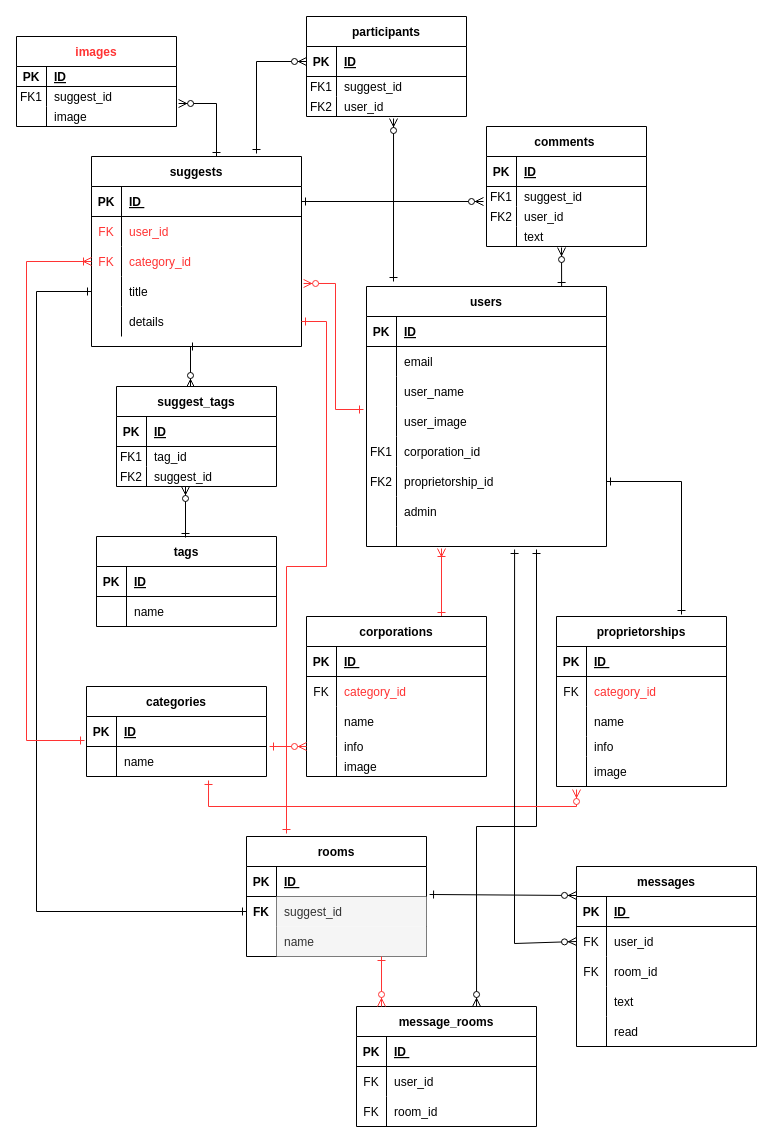
Above: page "ページ2" (1 of 3) of Untitled Diagram.drawio in Sec-il-n/dic_guraduate_parts (draw.io), before the change. Source tidied: cells renumbered, new cells numbered last; positions are measured from the earlier drawing's top-left corner, leaving out a move shared by most shapes. Both pictures are drawn from the tidied source at 100%, with x=0, y=0 at pixel (16, 16).
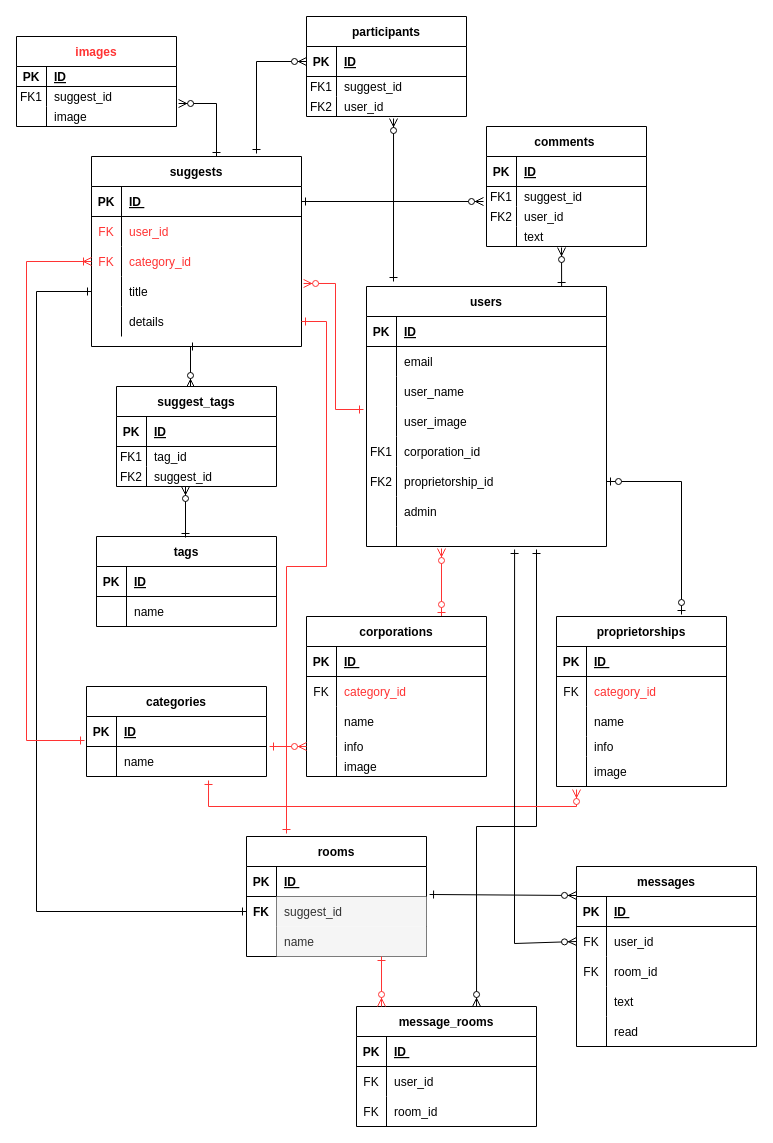
The same page after the edit.

Unchanged cells that the change refers to:
```xml
<mxCell id="25" style="shape=partialRectangle;fillColor=none;points=[[0,0.5],[1,0.5]];portConstraint=eastwest;top=0;left=0;right=0;bottom=0;" parent="9" vertex="1">
  <mxGeometry y="180" width="240" height="30" as="geometry" />
</mxCell>
<mxCell id="62" value="corporations" style="shape=table;startSize=30;childLayout=tableLayout;rowLines=0;fontStyle=1;align=center;" parent="1" vertex="1">
  <mxGeometry x="290" y="600" width="180" height="160" as="geometry" />
</mxCell>
```

The edit, as a diff of the source:
```diff
@@
-    <mxCell id="61" style="edgeStyle=none;rounded=0;jettySize=auto;html=1;exitX=0.75;exitY=0;exitDx=0;exitDy=0;startArrow=ERone;startFill=0;endArrow=ERoneToMany;endFill=0;strokeColor=#FF3333;" parent="1" edge="1" source="62">
+    <mxCell id="61" style="edgeStyle=none;rounded=0;jettySize=auto;html=1;exitX=0.75;exitY=0;exitDx=0;exitDy=0;startArrow=ERzeroToOne;startFill=1;endArrow=ERzeroToMany;endFill=1;strokeColor=#FF3333;" parent="1" edge="1" source="62">
       <mxGeometry relative="1" as="geometry">
         <mxPoint x="425" y="532" as="targetPoint" />
       </mxGeometry>
     </mxCell>
@@
-    <mxCell id="78" style="edgeStyle=none;rounded=0;jettySize=auto;html=1;entryX=1;entryY=0.5;entryDx=0;entryDy=0;startArrow=ERone;startFill=0;endArrow=ERone;endFill=0;" parent="1" edge="1" target="25">
+    <mxCell id="78" style="edgeStyle=none;rounded=0;jettySize=auto;html=1;entryX=1;entryY=0.5;entryDx=0;entryDy=0;startArrow=ERzeroToOne;startFill=1;endArrow=ERzeroToOne;endFill=1;" parent="1" edge="1" target="25">
       <mxGeometry relative="1" as="geometry">
         <mxPoint x="665" y="598" as="sourcePoint" />
         <Array as="points">
           <mxPoint x="665" y="465" />
         </Array>
       </mxGeometry>
     </mxCell>
```
